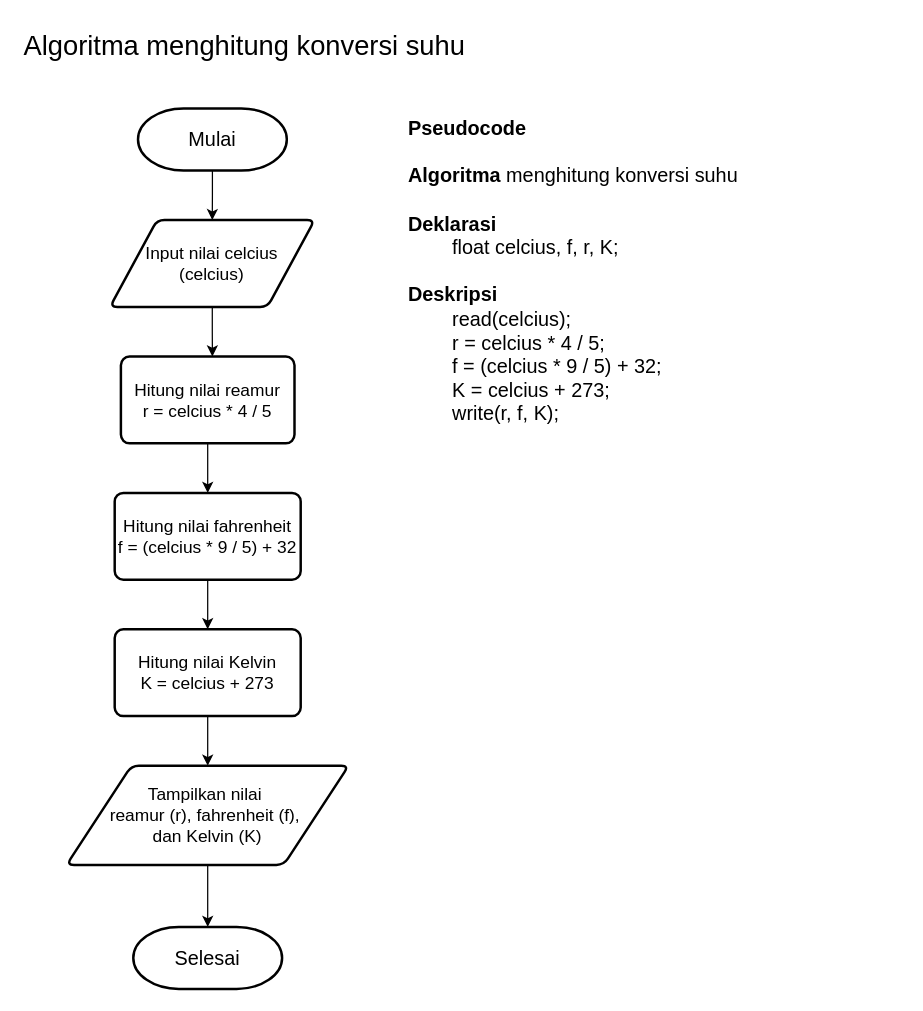
HarisHerdiansyah/tugas-alprog keeps this draw.io diagram as tugas-001/konversi_suhu.drawio. Above is the earlier version. Source tidied: cells renumbered, new cells numbered last; positions are measured from the earlier drawing's top-left corner, leaving out a move shared by most shapes. Both pictures are drawn from the tidied source at 124%, with x=0, y=0 at pixel (21, 21).
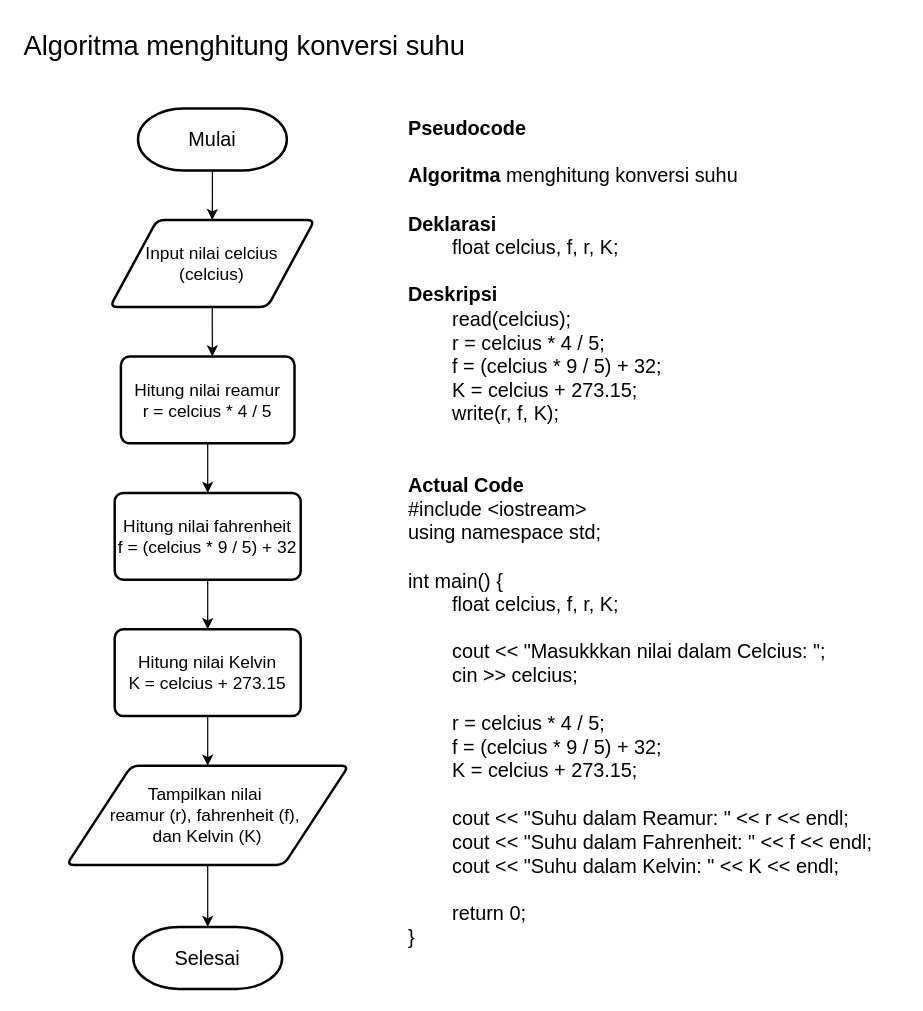
Above is the later version.

What changed in the source:
```diff
@@
 <mxGraphModel>
   <root>
     <mxCell id="0" />
     <mxCell id="1" parent="0" />
     <mxCell id="2" style="edgeStyle=orthogonalEdgeStyle;rounded=0;jettySize=auto;html=1;" parent="1" edge="1" source="3" target="5">
       <mxGeometry relative="1" as="geometry" />
     </mxCell>
     <mxCell id="3" value="&lt;font style=&quot;font-size: 16px;&quot;&gt;Mulai&lt;/font&gt;" style="strokeWidth=2;html=1;shape=mxgraph.flowchart.terminator;whiteSpace=wrap;" parent="1" vertex="1">
       <mxGeometry x="93.8" y="70" width="120" height="50" as="geometry" />
     </mxCell>
     <mxCell id="4" style="edgeStyle=orthogonalEdgeStyle;rounded=0;jettySize=auto;html=1;" parent="1" edge="1" source="5">
       <mxGeometry relative="1" as="geometry">
         <mxPoint x="153.8" y="270" as="targetPoint" />
       </mxGeometry>
     </mxCell>
     <mxCell id="5" value="&lt;font style=&quot;font-size: 14px;&quot;&gt;Input nilai celcius&lt;/font&gt;&lt;div style=&quot;font-size: 14px;&quot;&gt;&lt;font style=&quot;font-size: 14px;&quot;&gt;(celcius)&lt;/font&gt;&lt;/div&gt;" style="shape=parallelogram;html=1;strokeWidth=2;perimeter=parallelogramPerimeter;whiteSpace=wrap;rounded=1;arcSize=12;size=0.23;" parent="1" vertex="1">
       <mxGeometry x="71.2" y="160" width="165" height="70" as="geometry" />
     </mxCell>
     <mxCell id="6" style="edgeStyle=orthogonalEdgeStyle;rounded=0;jettySize=auto;html=1;" parent="1" edge="1" source="7" target="8">
       <mxGeometry relative="1" as="geometry" />
     </mxCell>
     <mxCell id="7" value="&lt;span style=&quot;font-size: 14px;&quot;&gt;Tampilkan nilai&amp;nbsp;&lt;/span&gt;&lt;div&gt;&lt;span style=&quot;font-size: 14px;&quot;&gt;reamur (r), fahrenheit (f),&amp;nbsp;&lt;/span&gt;&lt;/div&gt;&lt;div&gt;&lt;span style=&quot;font-size: 14px; background-color: initial;&quot;&gt;dan Kelvin (K)&lt;/span&gt;&lt;/div&gt;" style="shape=parallelogram;html=1;strokeWidth=2;perimeter=parallelogramPerimeter;whiteSpace=wrap;rounded=1;arcSize=12;size=0.23;" parent="1" vertex="1">
       <mxGeometry x="36.2" y="600" width="227.5" height="80" as="geometry" />
     </mxCell>
     <mxCell id="8" value="&lt;font style=&quot;font-size: 16px;&quot;&gt;Selesai&lt;/font&gt;" style="strokeWidth=2;html=1;shape=mxgraph.flowchart.terminator;whiteSpace=wrap;" parent="1" vertex="1">
       <mxGeometry x="90" y="730" width="120" height="50" as="geometry" />
     </mxCell>
     <mxCell id="9" value="&lt;font style=&quot;font-size: 22px;&quot;&gt;Algoritma menghitung konversi suhu&lt;/font&gt;" style="text;html=1;align=left;verticalAlign=middle;strokeColor=none;fillColor=none;" parent="1" vertex="1">
       <mxGeometry width="380" height="40" as="geometry" />
     </mxCell>
     <mxCell id="10" style="edgeStyle=orthogonalEdgeStyle;rounded=0;jettySize=auto;html=1;" parent="1" edge="1" source="11" target="13">
       <mxGeometry relative="1" as="geometry" />
     </mxCell>
     <mxCell id="11" value="&lt;div style=&quot;font-size: 14px;&quot;&gt;&lt;font style=&quot;font-size: 14px;&quot;&gt;Hitung nilai reamur&lt;/font&gt;&lt;/div&gt;&lt;div style=&quot;font-size: 14px;&quot;&gt;&lt;font style=&quot;font-size: 14px;&quot;&gt;r = celcius * 4 / 5&lt;/font&gt;&lt;/div&gt;" style="rounded=1;whiteSpace=wrap;html=1;absoluteArcSize=1;arcSize=14;strokeWidth=2;" parent="1" vertex="1">
       <mxGeometry x="80" y="270" width="140" height="70" as="geometry" />
     </mxCell>
     <mxCell id="12" style="edgeStyle=orthogonalEdgeStyle;rounded=0;jettySize=auto;html=1;" parent="1" edge="1" source="13" target="15">
       <mxGeometry relative="1" as="geometry" />
     </mxCell>
     <mxCell id="13" value="&lt;div style=&quot;font-size: 14px;&quot;&gt;&lt;div&gt;Hitung nilai fahrenheit&lt;/div&gt;&lt;div&gt;f = (celcius * 9 / 5) + 32&lt;/div&gt;&lt;/div&gt;" style="rounded=1;whiteSpace=wrap;html=1;absoluteArcSize=1;arcSize=14;strokeWidth=2;" parent="1" vertex="1">
       <mxGeometry x="75" y="380" width="150" height="70" as="geometry" />
     </mxCell>
     <mxCell id="14" style="edgeStyle=orthogonalEdgeStyle;rounded=0;jettySize=auto;html=1;" parent="1" edge="1" source="15" target="7">
       <mxGeometry relative="1" as="geometry" />
     </mxCell>
-    <mxCell id="15" value="&lt;div style=&quot;&quot;&gt;&lt;div style=&quot;&quot;&gt;&lt;span style=&quot;font-size: 14px;&quot;&gt;Hitung nilai Kelvin&lt;/span&gt;&lt;/div&gt;&lt;div style=&quot;&quot;&gt;&lt;span style=&quot;font-size: 14px;&quot;&gt;K = celcius + 273&lt;/span&gt;&lt;/div&gt;&lt;/div&gt;" style="rounded=1;whiteSpace=wrap;html=1;absoluteArcSize=1;arcSize=14;strokeWidth=2;" parent="1" vertex="1">
+    <mxCell id="15" value="&lt;div style=&quot;&quot;&gt;&lt;div style=&quot;&quot;&gt;&lt;span style=&quot;font-size: 14px;&quot;&gt;Hitung nilai Kelvin&lt;/span&gt;&lt;/div&gt;&lt;div style=&quot;&quot;&gt;&lt;span style=&quot;font-size: 14px;&quot;&gt;K = celcius + 273.15&lt;/span&gt;&lt;/div&gt;&lt;/div&gt;" style="rounded=1;whiteSpace=wrap;html=1;absoluteArcSize=1;arcSize=14;strokeWidth=2;" parent="1" vertex="1">
       <mxGeometry x="75" y="490" width="150" height="70" as="geometry" />
     </mxCell>
-    <mxCell id="16" value="&lt;font style=&quot;font-size: 16px;&quot;&gt;&lt;b&gt;Pseudocode&lt;/b&gt;&lt;/font&gt;&lt;div&gt;&lt;font style=&quot;font-size: 16px;&quot;&gt;&lt;br&gt;&lt;/font&gt;&lt;/div&gt;&lt;div&gt;&lt;font style=&quot;font-size: 16px;&quot;&gt;&lt;b&gt;Algoritma&lt;/b&gt; menghitung konversi suhu&lt;/font&gt;&lt;/div&gt;&lt;div&gt;&lt;font style=&quot;font-size: 16px;&quot;&gt;&lt;br&gt;&lt;/font&gt;&lt;/div&gt;&lt;div&gt;&lt;font style=&quot;font-size: 16px;&quot;&gt;&lt;b&gt;Deklarasi&lt;/b&gt;&lt;/font&gt;&lt;/div&gt;&lt;div&gt;&lt;font style=&quot;font-size: 16px;&quot;&gt;&lt;span style=&quot;white-space: pre;&quot;&gt;&#9;&lt;/span&gt;float celcius, f, r, K;&lt;br&gt;&lt;/font&gt;&lt;/div&gt;&lt;div&gt;&lt;font style=&quot;font-size: 16px;&quot;&gt;&lt;br&gt;&lt;/font&gt;&lt;/div&gt;&lt;div&gt;&lt;font style=&quot;font-size: 16px;&quot;&gt;&lt;b&gt;Deskripsi&lt;/b&gt;&lt;/font&gt;&lt;/div&gt;&lt;div&gt;&lt;font style=&quot;font-size: 16px;&quot;&gt;&lt;span style=&quot;white-space: pre;&quot;&gt;&#9;&lt;/span&gt;read(celcius);&lt;br&gt;&lt;/font&gt;&lt;/div&gt;&lt;div&gt;&lt;font style=&quot;font-size: 16px;&quot;&gt;&lt;span style=&quot;white-space: pre;&quot;&gt;&#9;&lt;/span&gt;r = celcius * 4 / 5;&lt;br&gt;&lt;/font&gt;&lt;/div&gt;&lt;div&gt;&lt;font style=&quot;font-size: 16px;&quot;&gt;&lt;span style=&quot;white-space: pre;&quot;&gt;&#9;&lt;/span&gt;f = (celcius * 9 / 5) + 32;&lt;br&gt;&lt;/font&gt;&lt;/div&gt;&lt;div&gt;&lt;font style=&quot;font-size: 16px;&quot;&gt;&lt;span style=&quot;white-space: pre;&quot;&gt;&#9;&lt;/span&gt;K = celcius + 273;&lt;br&gt;&lt;/font&gt;&lt;/div&gt;&lt;div&gt;&lt;font style=&quot;font-size: 16px;&quot;&gt;&lt;span style=&quot;white-space: pre;&quot;&gt;&#9;&lt;/span&gt;write(r, f, K);&lt;/font&gt;&lt;/div&gt;" style="text;html=1;align=left;verticalAlign=top;strokeColor=none;fillColor=none;" parent="1" vertex="1">
-      <mxGeometry x="310" y="70" width="290" height="260" as="geometry" />
+    <mxCell id="16" value="&lt;font style=&quot;font-size: 16px;&quot;&gt;&lt;b&gt;Pseudocode&lt;/b&gt;&lt;/font&gt;&lt;div&gt;&lt;font style=&quot;font-size: 16px;&quot;&gt;&lt;br&gt;&lt;/font&gt;&lt;/div&gt;&lt;div&gt;&lt;font style=&quot;font-size: 16px;&quot;&gt;&lt;b&gt;Algoritma&lt;/b&gt; menghitung konversi suhu&lt;/font&gt;&lt;/div&gt;&lt;div&gt;&lt;font style=&quot;font-size: 16px;&quot;&gt;&lt;br&gt;&lt;/font&gt;&lt;/div&gt;&lt;div&gt;&lt;font style=&quot;font-size: 16px;&quot;&gt;&lt;b&gt;Deklarasi&lt;/b&gt;&lt;/font&gt;&lt;/div&gt;&lt;div&gt;&lt;font style=&quot;font-size: 16px;&quot;&gt;&lt;span style=&quot;white-space: pre;&quot;&gt;&#9;&lt;/span&gt;float celcius, f, r, K;&lt;br&gt;&lt;/font&gt;&lt;/div&gt;&lt;div&gt;&lt;font style=&quot;font-size: 16px;&quot;&gt;&lt;br&gt;&lt;/font&gt;&lt;/div&gt;&lt;div&gt;&lt;font style=&quot;font-size: 16px;&quot;&gt;&lt;b&gt;Deskripsi&lt;/b&gt;&lt;/font&gt;&lt;/div&gt;&lt;div&gt;&lt;font style=&quot;font-size: 16px;&quot;&gt;&lt;span style=&quot;white-space: pre;&quot;&gt;&#9;&lt;/span&gt;read(celcius);&lt;br&gt;&lt;/font&gt;&lt;/div&gt;&lt;div&gt;&lt;font style=&quot;font-size: 16px;&quot;&gt;&lt;span style=&quot;white-space: pre;&quot;&gt;&#9;&lt;/span&gt;r = celcius * 4 / 5;&lt;br&gt;&lt;/font&gt;&lt;/div&gt;&lt;div&gt;&lt;font style=&quot;font-size: 16px;&quot;&gt;&lt;span style=&quot;white-space: pre;&quot;&gt;&#9;&lt;/span&gt;f = (celcius * 9 / 5) + 32;&lt;br&gt;&lt;/font&gt;&lt;/div&gt;&lt;div&gt;&lt;font style=&quot;font-size: 16px;&quot;&gt;&lt;span style=&quot;white-space: pre;&quot;&gt;&#9;&lt;/span&gt;K = celcius + 273.15;&lt;br&gt;&lt;/font&gt;&lt;/div&gt;&lt;div&gt;&lt;font style=&quot;font-size: 16px;&quot;&gt;&lt;span style=&quot;white-space: pre;&quot;&gt;&#9;&lt;/span&gt;write(r, f, K);&lt;/font&gt;&lt;/div&gt;&lt;div&gt;&lt;font style=&quot;font-size: 16px;&quot;&gt;&lt;br&gt;&lt;/font&gt;&lt;/div&gt;&lt;div&gt;&lt;font style=&quot;font-size: 16px;&quot;&gt;&lt;br&gt;&lt;/font&gt;&lt;/div&gt;&lt;div&gt;&lt;span style=&quot;font-size: 16px;&quot;&gt;&lt;b&gt;Actual Code&lt;/b&gt;&lt;/span&gt;&lt;/div&gt;&lt;div&gt;&lt;span style=&quot;font-size: 16px;&quot;&gt;#include &amp;lt;iostream&amp;gt;&lt;/span&gt;&lt;/div&gt;&lt;div&gt;&lt;span style=&quot;font-size: 16px;&quot;&gt;using namespace std;&lt;/span&gt;&lt;/div&gt;&lt;div&gt;&lt;span style=&quot;font-size: 16px;&quot;&gt;&lt;br&gt;&lt;/span&gt;&lt;/div&gt;&lt;div&gt;&lt;span style=&quot;font-size: 16px;&quot;&gt;int main() {&lt;/span&gt;&lt;/div&gt;&lt;div&gt;&lt;span style=&quot;font-size: 16px;&quot;&gt;&lt;span style=&quot;white-space: pre;&quot;&gt;&#9;&lt;/span&gt;float celcius, f, r, K;&lt;br&gt;&lt;/span&gt;&lt;/div&gt;&lt;div&gt;&lt;span style=&quot;font-size: 16px;&quot;&gt;&lt;br&gt;&lt;/span&gt;&lt;/div&gt;&lt;div&gt;&lt;span style=&quot;font-size: 16px;&quot;&gt;&lt;span style=&quot;white-space: pre;&quot;&gt;&#9;&lt;/span&gt;cout &amp;lt;&amp;lt; &quot;Masukkkan nilai dalam Celcius: &quot;;&lt;/span&gt;&lt;/div&gt;&lt;div&gt;&lt;span style=&quot;font-size: 16px;&quot;&gt;&lt;span style=&quot;white-space: pre;&quot;&gt;&#9;&lt;/span&gt;cin &amp;gt;&amp;gt; celcius;&lt;br&gt;&lt;/span&gt;&lt;/div&gt;&lt;div&gt;&lt;span style=&quot;font-size: 16px;&quot;&gt;&lt;br&gt;&lt;/span&gt;&lt;/div&gt;&lt;div&gt;&lt;span style=&quot;font-size: 16px;&quot;&gt;&lt;span style=&quot;white-space: pre;&quot;&gt;&#9;&lt;/span&gt;&lt;/span&gt;&lt;span style=&quot;font-size: 16px; background-color: initial;&quot;&gt;r = celcius * 4 / 5;&lt;/span&gt;&lt;/div&gt;&lt;div&gt;&lt;font style=&quot;font-size: 16px;&quot;&gt;&lt;span style=&quot;white-space-collapse: preserve;&quot;&gt;&#9;&lt;/span&gt;f = (celcius * 9 / 5) + 32;&lt;br&gt;&lt;/font&gt;&lt;/div&gt;&lt;div&gt;&lt;font style=&quot;font-size: 16px;&quot;&gt;&lt;span style=&quot;white-space-collapse: preserve;&quot;&gt;&#9;&lt;/span&gt;K = celcius + 273.15;&lt;/font&gt;&lt;/div&gt;&lt;div&gt;&lt;font style=&quot;font-size: 16px;&quot;&gt;&lt;br&gt;&lt;/font&gt;&lt;/div&gt;&lt;div&gt;&lt;font style=&quot;font-size: 16px;&quot;&gt;&lt;span style=&quot;white-space: pre;&quot;&gt;&#9;&lt;/span&gt;cout &amp;lt;&amp;lt; &quot;Suhu dalam Reamur: &quot; &amp;lt;&amp;lt; r &amp;lt;&amp;lt; endl;&lt;/font&gt;&lt;/div&gt;&lt;div&gt;&lt;span style=&quot;font-size: 16px; background-color: initial;&quot;&gt;&lt;span style=&quot;white-space: pre;&quot;&gt;&#9;&lt;/span&gt;cout &amp;lt;&amp;lt; &quot;Suhu dalam Fahrenheit: &quot; &amp;lt;&amp;lt; f &amp;lt;&amp;lt; endl;&lt;/span&gt;&lt;/div&gt;&lt;div&gt;&lt;span style=&quot;font-size: 16px;&quot;&gt;&lt;span style=&quot;white-space: pre;&quot;&gt;&#9;&lt;/span&gt;&lt;/span&gt;&lt;span style=&quot;font-size: 16px;&quot;&gt;cout &amp;lt;&amp;lt; &quot;Suhu dalam Kelvin: &quot; &amp;lt;&amp;lt; K &amp;lt;&amp;lt; endl;&lt;/span&gt;&lt;/div&gt;&lt;div&gt;&lt;span style=&quot;font-size: 16px;&quot;&gt;&lt;br&gt;&lt;span style=&quot;white-space: pre;&quot;&gt;&#9;&lt;/span&gt;return 0;&lt;br&gt;&lt;/span&gt;&lt;/div&gt;&lt;div&gt;&lt;span style=&quot;font-size: 16px;&quot;&gt;}&lt;/span&gt;&lt;/div&gt;" style="text;html=1;align=left;verticalAlign=top;strokeColor=none;fillColor=none;" parent="1" vertex="1">
+      <mxGeometry x="310" y="70" width="400" height="690" as="geometry" />
     </mxCell>
   </root>
 </mxGraphModel>
```
